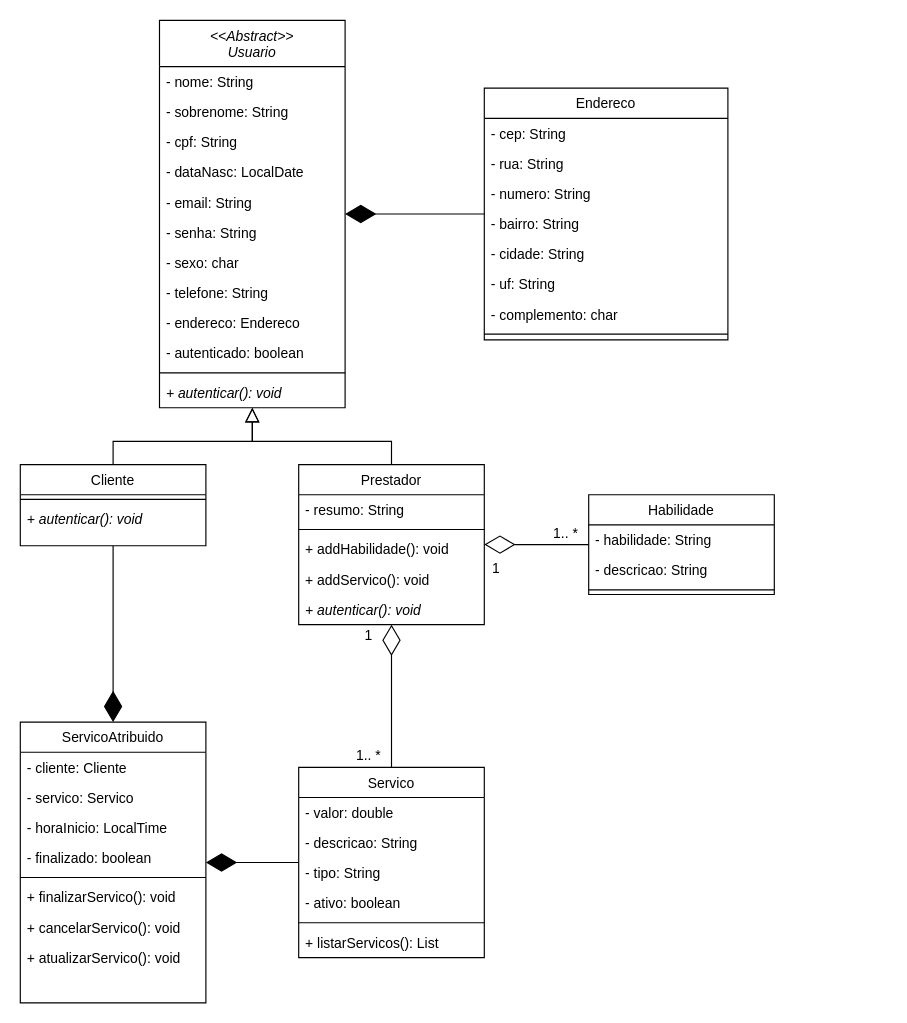
Before: docs/class diagram iara.drawio in j9remy/Iara-grupo-5, a draw.io diagram. Source tidied: cells renumbered, new cells numbered last; positions are measured from the earlier drawing's top-left corner, leaving out a move shared by most shapes. Both pictures are drawn from the tidied source at 116%, with x=0, y=0 at pixel (20, 20).
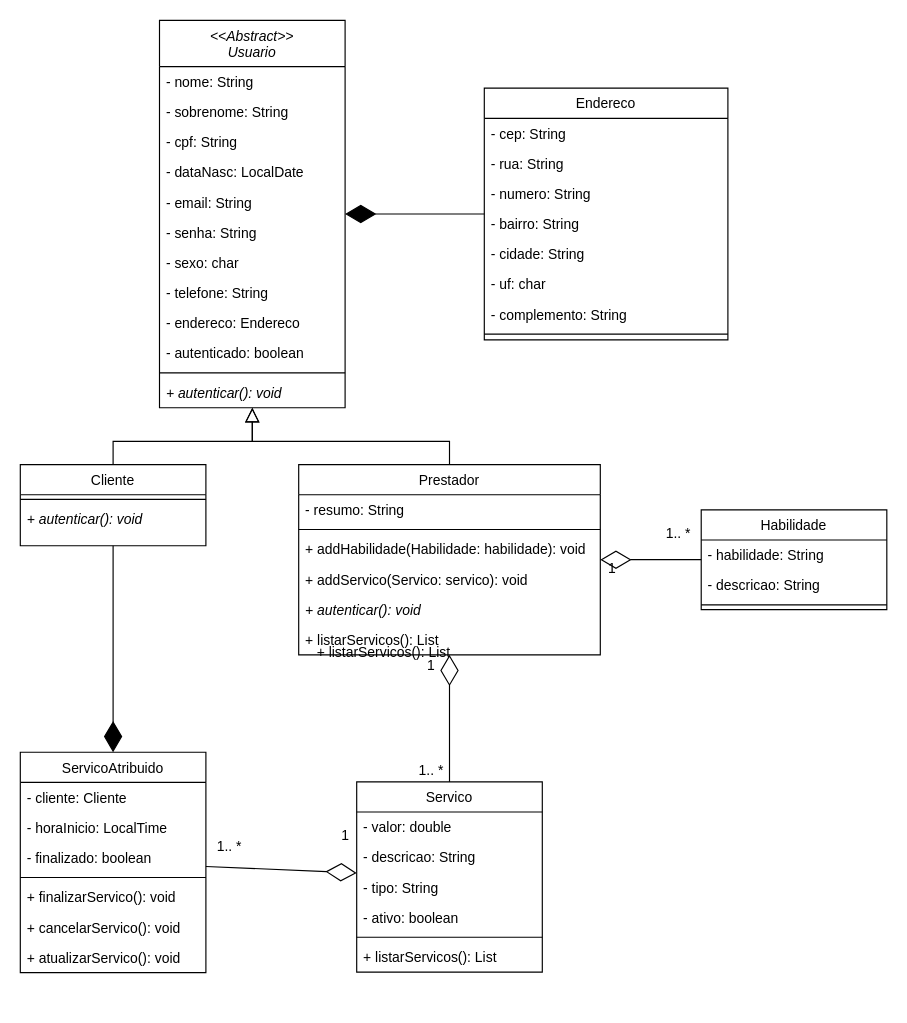
Above is the later version.

Unchanged cells that the change refers to:
```xml
<mxCell id="26" value="Endereco" style="swimlane;fontStyle=0;align=center;verticalAlign=top;horizontal=1;startSize=26;rounded=0;shadow=0;strokeWidth=1;" parent="1" vertex="1">
  <mxGeometry x="400" y="58.5" width="210" height="217" as="geometry" />
</mxCell>
```

What changed in the source:
```diff
@@
     <mxCell id="19" value="Prestador" style="swimlane;fontStyle=0;align=center;verticalAlign=top;horizontal=1;startSize=26;rounded=0;shadow=0;strokeWidth=1;" parent="1" vertex="1">
-      <mxGeometry x="240" y="383" width="160" height="138" as="geometry" />
+      <mxGeometry x="240" y="383" width="260" height="164" as="geometry" />
     </mxCell>
     <mxCell id="20" value="- resumo: String" style="text;align=left;verticalAlign=top;spacingLeft=4;spacingRight=4;overflow=hidden;" parent="19" vertex="1">
-      <mxGeometry y="26" width="160" height="26" as="geometry" />
+      <mxGeometry y="26" width="260" height="26" as="geometry" />
     </mxCell>
     <mxCell id="21" style="line;html=1;strokeWidth=1;align=left;verticalAlign=middle;spacingTop=-1;spacingLeft=3;spacingRight=3;labelPosition=right;" parent="19" vertex="1">
-      <mxGeometry y="52" width="160" height="8" as="geometry" />
+      <mxGeometry y="52" width="260" height="8" as="geometry" />
     </mxCell>
-    <mxCell id="22" value="+ addHabilidade(): void" style="text;align=left;verticalAlign=top;spacingLeft=4;spacingRight=4;overflow=hidden;" parent="19" vertex="1">
-      <mxGeometry y="60" width="160" height="26" as="geometry" />
+    <mxCell id="22" value="+ addHabilidade(Habilidade: habilidade): void" style="text;align=left;verticalAlign=top;spacingLeft=4;spacingRight=4;overflow=hidden;" parent="19" vertex="1">
+      <mxGeometry y="60" width="260" height="26" as="geometry" />
     </mxCell>
-    <mxCell id="23" value="+ addServico(): void" style="text;align=left;verticalAlign=top;spacingLeft=4;spacingRight=4;overflow=hidden;" parent="19" vertex="1">
-      <mxGeometry y="86" width="160" height="26" as="geometry" />
+    <mxCell id="23" value="+ addServico(Servico: servico): void" style="text;align=left;verticalAlign=top;spacingLeft=4;spacingRight=4;overflow=hidden;" parent="19" vertex="1">
+      <mxGeometry y="86" width="260" height="26" as="geometry" />
     </mxCell>
     <mxCell id="24" value="+ autenticar(): void" style="text;align=left;verticalAlign=top;spacingLeft=4;spacingRight=4;overflow=hidden;rounded=0;shadow=0;html=0;fontStyle=2;" parent="19" vertex="1">
-      <mxGeometry y="112" width="160" height="26" as="geometry" />
+      <mxGeometry y="112" width="260" height="26" as="geometry" />
     </mxCell>
+    <mxCell id="47" value="+ listarServicos(): List" style="text;align=left;verticalAlign=top;spacingLeft=4;spacingRight=4;overflow=hidden;fontStyle=0;" parent="19" vertex="1">
+      <mxGeometry y="138" width="260" height="26" as="geometry" />
+    </mxCell>
@@
-    <mxCell id="32" value="- uf: String" style="text;align=left;verticalAlign=top;spacingLeft=4;spacingRight=4;overflow=hidden;rounded=0;shadow=0;html=0;" parent="26" vertex="1">
+    <mxCell id="32" value="- uf: char" style="text;align=left;verticalAlign=top;spacingLeft=4;spacingRight=4;overflow=hidden;rounded=0;shadow=0;html=0;" parent="26" vertex="1">
       <mxGeometry y="156" width="210" height="26" as="geometry" />
     </mxCell>
-    <mxCell id="33" value="- complemento: char" style="text;align=left;verticalAlign=top;spacingLeft=4;spacingRight=4;overflow=hidden;rounded=0;shadow=0;html=0;" parent="26" vertex="1">
+    <mxCell id="33" value="- complemento: String" style="text;align=left;verticalAlign=top;spacingLeft=4;spacingRight=4;overflow=hidden;rounded=0;shadow=0;html=0;" parent="26" vertex="1">
       <mxGeometry y="182" width="210" height="26" as="geometry" />
     </mxCell>
@@
     <mxCell id="35" value="Habilidade&#10;" style="swimlane;fontStyle=0;align=center;verticalAlign=top;horizontal=1;startSize=26;rounded=0;shadow=0;strokeWidth=1;" parent="1" vertex="1">
-      <mxGeometry x="490" y="409" width="160" height="86" as="geometry" />
+      <mxGeometry x="587" y="422" width="160" height="86" as="geometry" />
     </mxCell>
@@
     <mxCell id="41" value="Servico" style="swimlane;fontStyle=0;align=center;verticalAlign=top;horizontal=1;startSize=26;rounded=0;shadow=0;strokeWidth=1;" parent="1" vertex="1">
-      <mxGeometry x="240" y="644" width="160" height="164" as="geometry" />
+      <mxGeometry x="290" y="656.5" width="160" height="164" as="geometry" />
     </mxCell>
@@
-    <mxCell id="47" value="+ listarServicos(): List" style="text;align=left;verticalAlign=top;spacingLeft=4;spacingRight=4;overflow=hidden;fontStyle=0;" parent="41" vertex="1">
-      <mxGeometry y="138" width="160" height="26" as="geometry" />
-    </mxCell>
+    <mxCell id="64" value="+ listarServicos(): List" style="text;align=left;verticalAlign=top;spacingLeft=4;spacingRight=4;overflow=hidden;fontStyle=0;" parent="41" vertex="1">
+      <mxGeometry y="138" width="160" height="26" as="geometry" />
+    </mxCell>
@@
     <mxCell id="50" value="1.. *" style="text;html=1;align=center;verticalAlign=middle;strokeColor=none;fillColor=none;" parent="1" vertex="1">
-      <mxGeometry x="280" y="624" width="40" height="20" as="geometry" />
+      <mxGeometry x="334" y="636.5" width="40" height="20" as="geometry" />
     </mxCell>
     <mxCell id="51" value="1" style="text;html=1;align=center;verticalAlign=middle;strokeColor=none;fillColor=none;" parent="1" vertex="1">
-      <mxGeometry x="290" y="521" width="20" height="20" as="geometry" />
+      <mxGeometry x="344" y="547" width="20" height="20" as="geometry" />
     </mxCell>
     <mxCell id="52" value="1.. *" style="text;html=1;align=center;verticalAlign=middle;strokeColor=none;fillColor=none;" parent="1" vertex="1">
-      <mxGeometry x="450" y="433" width="40" height="20" as="geometry" />
+      <mxGeometry x="547" y="433" width="40" height="20" as="geometry" />
     </mxCell>
     <mxCell id="53" value="1" style="text;html=1;align=center;verticalAlign=middle;strokeColor=none;fillColor=none;" parent="1" vertex="1">
-      <mxGeometry x="400" y="463" width="20" height="20" as="geometry" />
+      <mxGeometry x="500" y="463" width="20" height="20" as="geometry" />
     </mxCell>
     <mxCell id="54" value="ServicoAtribuido" style="swimlane;fontStyle=0;align=center;verticalAlign=top;horizontal=1;startSize=26;rounded=0;shadow=0;strokeWidth=1;" parent="1" vertex="1">
-      <mxGeometry y="605" width="160" height="242" as="geometry" />
+      <mxGeometry y="631" width="160" height="190" as="geometry" />
     </mxCell>
@@
-    <mxCell id="56" value="- servico: Servico" style="text;align=left;verticalAlign=top;spacingLeft=4;spacingRight=4;overflow=hidden;" parent="54" vertex="1">
-      <mxGeometry y="52" width="160" height="26" as="geometry" />
-    </mxCell>
     <mxCell id="57" value="- horaInicio: LocalTime" style="text;align=left;verticalAlign=top;spacingLeft=4;spacingRight=4;overflow=hidden;" parent="54" vertex="1">
-      <mxGeometry y="78" width="160" height="26" as="geometry" />
+      <mxGeometry y="52" width="160" height="26" as="geometry" />
     </mxCell>
     <mxCell id="58" value="- finalizado: boolean" style="text;align=left;verticalAlign=top;spacingLeft=4;spacingRight=4;overflow=hidden;" parent="54" vertex="1">
-      <mxGeometry y="104" width="160" height="26" as="geometry" />
+      <mxGeometry y="78" width="160" height="26" as="geometry" />
     </mxCell>
     <mxCell id="59" style="line;html=1;strokeWidth=1;align=left;verticalAlign=middle;spacingTop=-1;spacingLeft=3;spacingRight=3;labelPosition=right;" parent="54" vertex="1">
-      <mxGeometry y="130" width="160" height="8" as="geometry" />
+      <mxGeometry y="104" width="160" height="8" as="geometry" />
     </mxCell>
     <mxCell id="60" value="+ finalizarServico(): void" style="text;align=left;verticalAlign=top;spacingLeft=4;spacingRight=4;overflow=hidden;fontStyle=0;" parent="54" vertex="1">
-      <mxGeometry y="138" width="160" height="26" as="geometry" />
+      <mxGeometry y="112" width="160" height="26" as="geometry" />
     </mxCell>
     <mxCell id="61" value="+ cancelarServico(): void" style="text;align=left;verticalAlign=top;spacingLeft=4;spacingRight=4;overflow=hidden;fontStyle=0;" parent="54" vertex="1">
-      <mxGeometry y="164" width="160" height="26" as="geometry" />
+      <mxGeometry y="138" width="160" height="26" as="geometry" />
     </mxCell>
     <mxCell id="62" value="+ atualizarServico(): void" style="text;align=left;verticalAlign=top;spacingLeft=4;spacingRight=4;overflow=hidden;fontStyle=0;" parent="54" vertex="1">
-      <mxGeometry y="190" width="160" height="26" as="geometry" />
+      <mxGeometry y="164" width="160" height="26" as="geometry" />
     </mxCell>
-    <mxCell id="63" style="endArrow=diamondThin;endFill=1;endSize=24;html=1;rounded=0;" parent="1" edge="1" source="41" target="54">
-      <mxGeometry relative="1" as="geometry" />
-    </mxCell>
+    <mxCell id="65" style="endArrow=diamondThin;endFill=0;endSize=24;html=1;rounded=0;" parent="1" edge="1" source="54" target="41">
+      <mxGeometry relative="1" as="geometry" />
+    </mxCell>
+    <mxCell id="66" value="1" style="text;html=1;align=center;verticalAlign=middle;strokeColor=none;fillColor=none;" parent="1" vertex="1">
+      <mxGeometry x="270" y="693" width="20" height="20" as="geometry" />
+    </mxCell>
+    <mxCell id="67" value="1.. *" style="text;html=1;align=center;verticalAlign=middle;strokeColor=none;fillColor=none;" parent="1" vertex="1">
+      <mxGeometry x="160" y="703" width="40" height="20" as="geometry" />
+    </mxCell>
+    <mxCell id="68" value="+ listarServicos(): List" style="text;align=left;verticalAlign=top;spacingLeft=4;spacingRight=4;overflow=hidden;fontStyle=0;" parent="1" vertex="1">
+      <mxGeometry x="250" y="531" width="260" height="26" as="geometry" />
+    </mxCell>
```
